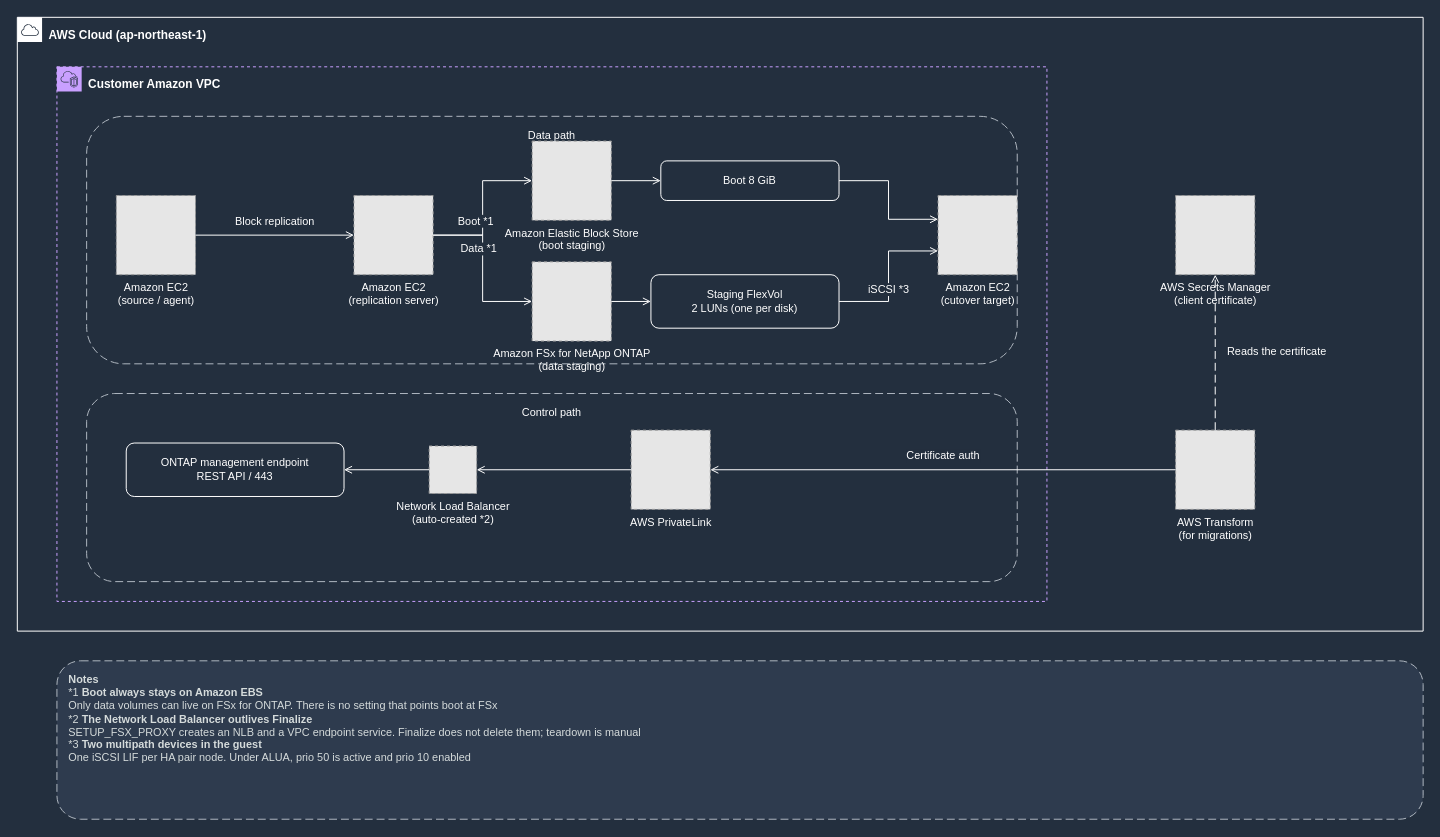
Above: docs/_assets/diagrams/atx-fsxn-migration-overview-en-dark.drawio in Yoshiki0705/vmware-migration-ec2-ontap (draw.io), before the change. Source tidied: cells renumbered, new cells numbered last; positions are measured from the earlier drawing's top-left corner, leaving out a move shared by most shapes. Both pictures are drawn from the tidied source at 99%, with x=0, y=0 at pixel (17, 17). Pictures stored in the file or linked from it are replaced by grey dashed boxes.
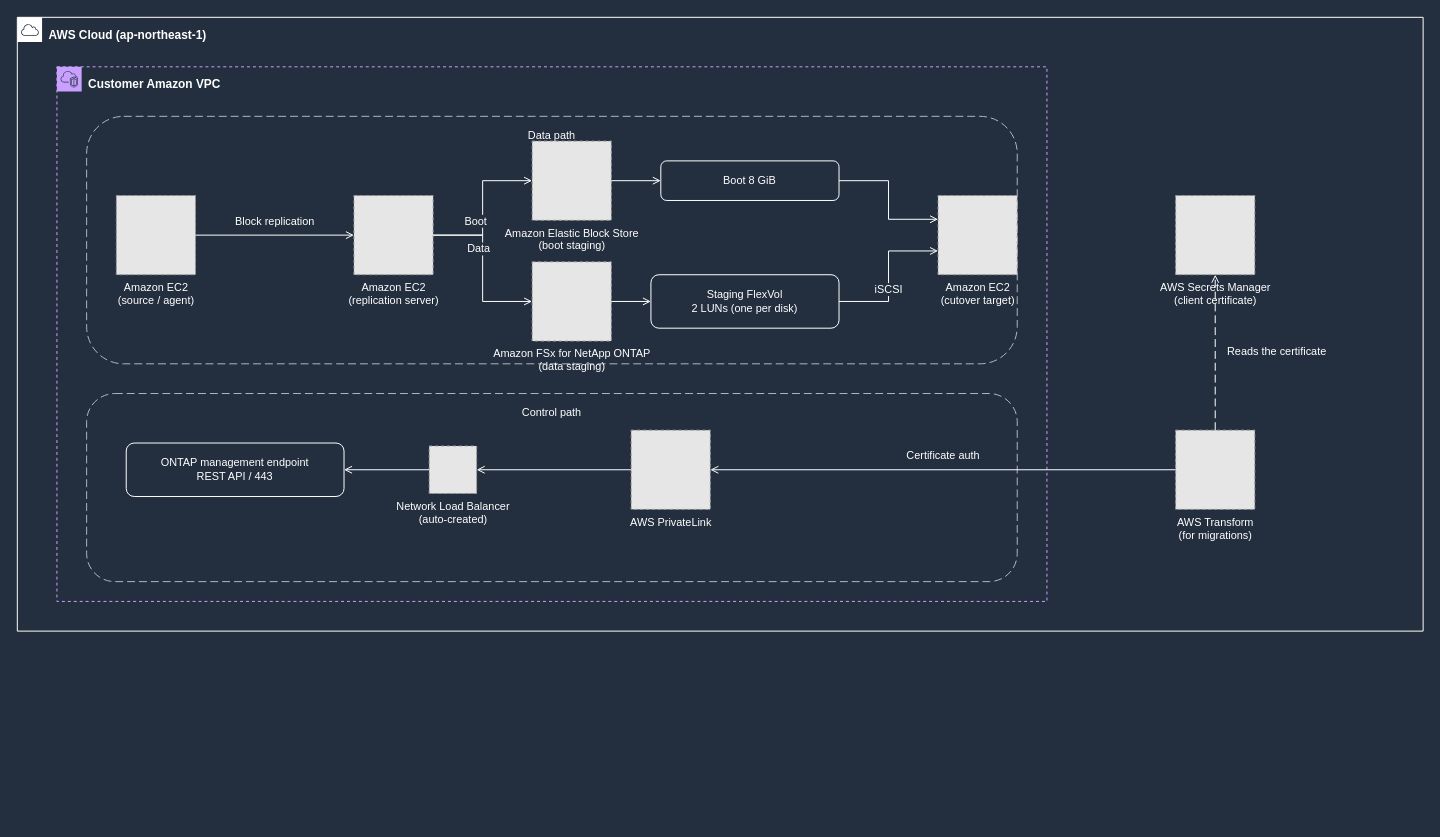
The same diagram, later.

Unchanged cells that the change refers to:
```xml
<mxCell id="7" value="Staging FlexVol&#10;2 LUNs (one per disk)" style="rounded=1;whiteSpace=wrap;html=1;strokeColor=#FFFFFF;fillColor=none;fontColor=#FFFFFF;fontSize=11;verticalAlign=middle;align=center;" parent="1" vertex="1">
  <mxGeometry x="640" y="260" width="190" height="54" as="geometry" />
</mxCell>
<mxCell id="10" value="Amazon EC2&#10;(replication server)" style="fillColor=#E6E6E6;strokeColor=#999999;dashed=1;html=1;verticalLabelPosition=bottom;verticalAlign=top;labelPosition=center;align=center;fontSize=11;fontColor=#FFFFFF;" parent="1" vertex="1">
  <mxGeometry x="340" y="180" width="80" height="80" as="geometry" />
</mxCell>
<mxCell id="11" value="Amazon Elastic Block Store&#10;(boot staging)" style="fillColor=#E6E6E6;strokeColor=#999999;dashed=1;html=1;verticalLabelPosition=bottom;verticalAlign=top;labelPosition=center;align=center;fontSize=11;fontColor=#FFFFFF;" parent="1" vertex="1">
  <mxGeometry x="520" y="125" width="80" height="80" as="geometry" />
</mxCell>
<mxCell id="12" value="Amazon FSx for NetApp ONTAP&#10;(data staging)" style="fillColor=#E6E6E6;strokeColor=#999999;dashed=1;html=1;verticalLabelPosition=bottom;verticalAlign=top;labelPosition=center;align=center;fontSize=11;fontColor=#FFFFFF;" parent="1" vertex="1">
  <mxGeometry x="520" y="247" width="80" height="80" as="geometry" />
</mxCell>
<mxCell id="13" value="Amazon EC2&#10;(cutover target)" style="fillColor=#E6E6E6;strokeColor=#999999;dashed=1;html=1;verticalLabelPosition=bottom;verticalAlign=top;labelPosition=center;align=center;fontSize=11;fontColor=#FFFFFF;" parent="1" vertex="1">
  <mxGeometry x="930" y="180" width="80" height="80" as="geometry" />
</mxCell>
```

What changed in the source:
```diff
@@
-    <mxCell id="14" value="Network Load Balancer&#10;(auto-created *2)" style="fillColor=#E6E6E6;strokeColor=#999999;dashed=1;html=1;verticalLabelPosition=bottom;verticalAlign=top;labelPosition=center;align=center;fontSize=11;fontColor=#FFFFFF;" parent="1" vertex="1">
+    <mxCell id="14" value="Network Load Balancer&#10;(auto-created)" style="fillColor=#E6E6E6;strokeColor=#999999;dashed=1;html=1;verticalLabelPosition=bottom;verticalAlign=top;labelPosition=center;align=center;fontSize=11;fontColor=#FFFFFF;" parent="1" vertex="1">
       <mxGeometry x="416" y="433" width="48" height="48" as="geometry" />
     </mxCell>
@@
-    <mxCell id="19" value="Boot *1" style="edgeStyle=orthogonalEdgeStyle;rounded=0;html=1;endArrow=open;endFill=0;strokeColor=#FFFFFF;strokeWidth=1;fontSize=11;fontColor=#FFFFFF;labelBackgroundColor=#232F3E;exitX=1;exitY=0.5;exitDx=0;exitDy=0;entryX=0;entryY=0.5;entryDx=0;entryDy=0;" parent="1" edge="1" source="10" target="11">
+    <mxCell id="19" value="Boot" style="edgeStyle=orthogonalEdgeStyle;rounded=0;html=1;endArrow=open;endFill=0;strokeColor=#FFFFFF;strokeWidth=1;fontSize=11;fontColor=#FFFFFF;labelBackgroundColor=#232F3E;exitX=1;exitY=0.5;exitDx=0;exitDy=0;entryX=0;entryY=0.5;entryDx=0;entryDy=0;" parent="1" edge="1" source="10" target="11">
       <mxGeometry x="-0.45" relative="1" as="geometry">
         <mxPoint y="-14" as="offset" />
       </mxGeometry>
     </mxCell>
-    <mxCell id="20" value="Data *1" style="edgeStyle=orthogonalEdgeStyle;rounded=0;html=1;endArrow=open;endFill=0;strokeColor=#FFFFFF;strokeWidth=1;fontSize=11;fontColor=#FFFFFF;labelBackgroundColor=#232F3E;exitX=1;exitY=0.5;exitDx=0;exitDy=0;entryX=0;entryY=0.5;entryDx=0;entryDy=0;" parent="1" edge="1" source="10" target="12">
+    <mxCell id="20" value="Data" style="edgeStyle=orthogonalEdgeStyle;rounded=0;html=1;endArrow=open;endFill=0;strokeColor=#FFFFFF;strokeWidth=1;fontSize=11;fontColor=#FFFFFF;labelBackgroundColor=#232F3E;exitX=1;exitY=0.5;exitDx=0;exitDy=0;entryX=0;entryY=0.5;entryDx=0;entryDy=0;" parent="1" edge="1" source="10" target="12">
       <mxGeometry x="-0.45" relative="1" as="geometry">
         <mxPoint y="14" as="offset" />
       </mxGeometry>
     </mxCell>
@@
-    <mxCell id="24" value="iSCSI *3" style="edgeStyle=orthogonalEdgeStyle;rounded=0;html=1;endArrow=open;endFill=0;strokeColor=#FFFFFF;strokeWidth=1;fontSize=11;fontColor=#FFFFFF;labelBackgroundColor=#232F3E;exitX=1;exitY=0.5;exitDx=0;exitDy=0;entryX=0;entryY=0.7;entryDx=0;entryDy=0;" parent="1" edge="1" source="7" target="13">
+    <mxCell id="24" value="iSCSI" style="edgeStyle=orthogonalEdgeStyle;rounded=0;html=1;endArrow=open;endFill=0;strokeColor=#FFFFFF;strokeWidth=1;fontSize=11;fontColor=#FFFFFF;labelBackgroundColor=#232F3E;exitX=1;exitY=0.5;exitDx=0;exitDy=0;entryX=0;entryY=0.7;entryDx=0;entryDy=0;" parent="1" edge="1" source="7" target="13">
       <mxGeometry relative="1" as="geometry">
         <mxPoint y="14" as="offset" />
       </mxGeometry>
     </mxCell>
@@
-    <mxCell id="29" value="&lt;b&gt;Notes&lt;/b&gt;&lt;br&gt;*1 &lt;b&gt;Boot always stays on Amazon EBS&lt;/b&gt;&lt;br&gt;Only data volumes can live on FSx for ONTAP. There is no setting that points boot at FSx&lt;br&gt;*2 &lt;b&gt;The Network Load Balancer outlives Finalize&lt;/b&gt;&lt;br&gt;SETUP_FSX_PROXY creates an NLB and a VPC endpoint service. Finalize does not delete them; teardown is manual&lt;br&gt;*3 &lt;b&gt;Two multipath devices in the guest&lt;/b&gt;&lt;br&gt;One iSCSI LIF per HA pair node. Under ALUA, prio 50 is active and prio 10 enabled" style="rounded=1;whiteSpace=wrap;html=1;dashed=1;dashPattern=8 4;strokeColor=#B0B8C1;fillColor=#2E3B4E;fontColor=#D5DBDB;fontSize=11;align=left;verticalAlign=top;spacingLeft=10;spacingTop=6;" parent="1" vertex="1">
-      <mxGeometry x="40" y="650" width="1380" height="160" as="geometry" />
-    </mxCell>
```
